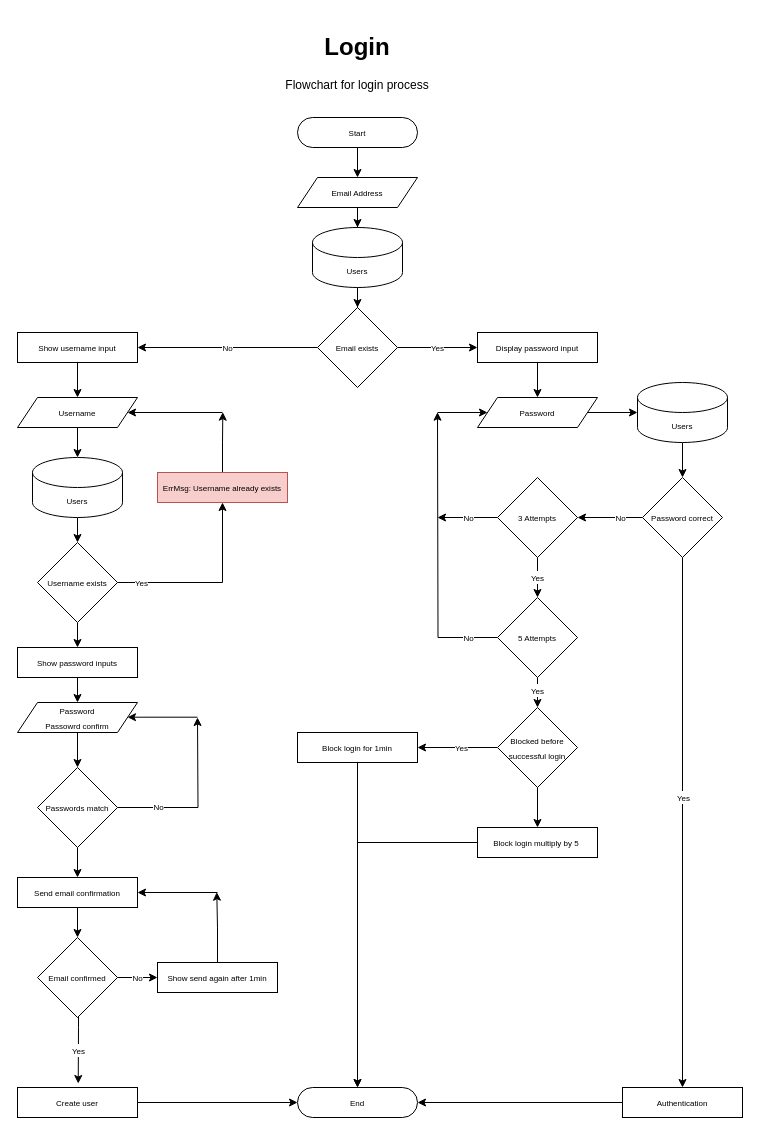
Earlier version of the draw.io diagram login.drawio (madeofeffort/flowcharts). Source tidied: cells renumbered, new cells numbered last; positions are measured from the earlier drawing's top-left corner, leaving out a move shared by most shapes. Both pictures are drawn from the tidied source at 100%, with x=0, y=0 at pixel (17, 27).
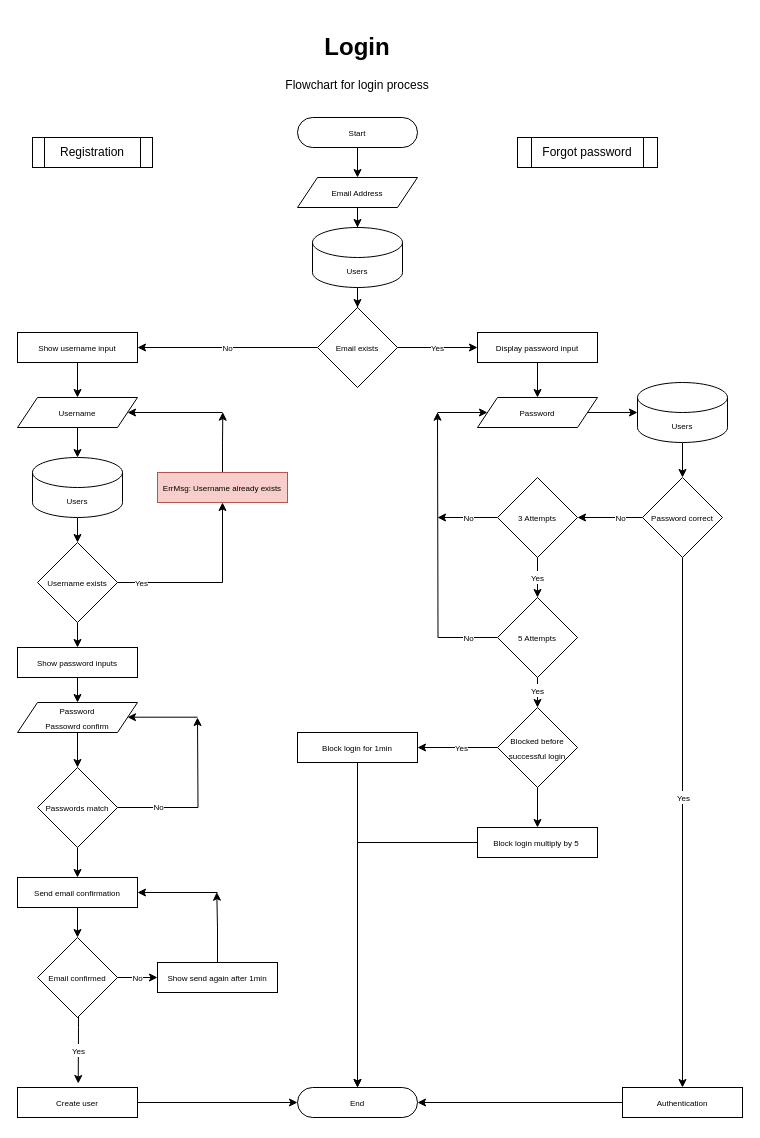
The same page after the edit.

Change to the diagram source:
```diff
@@
+    <mxCell id="75" value="Registration" style="shape=process;whiteSpace=wrap;html=1;backgroundOutline=1;" parent="1" vertex="1">
+      <mxGeometry x="15" y="110" width="120" height="30" as="geometry" />
+    </mxCell>
+    <mxCell id="76" value="Forgot password" style="shape=process;whiteSpace=wrap;html=1;backgroundOutline=1;" parent="1" vertex="1">
+      <mxGeometry x="500" y="110" width="140" height="30" as="geometry" />
+    </mxCell>
```
